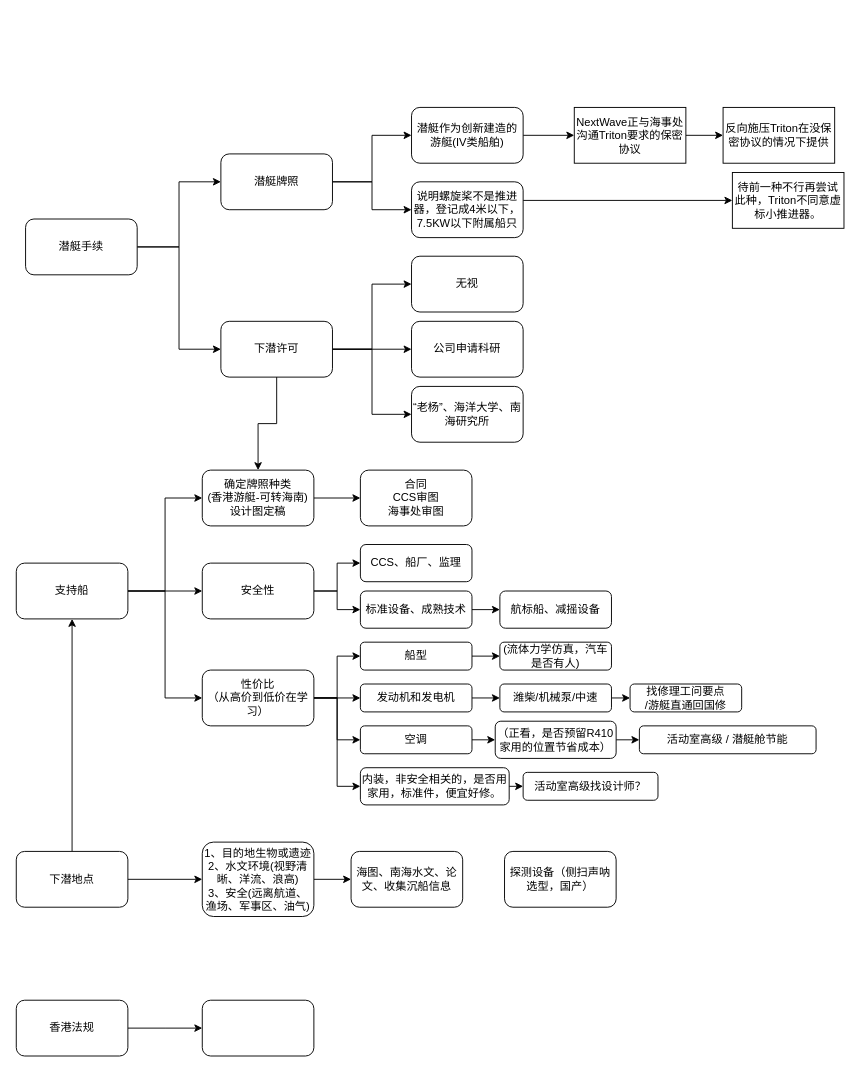
Before: Sub2.drawio in hyperxz/drew2, a draw.io diagram. Source tidied: cells renumbered, new cells numbered last; positions are measured from the earlier drawing's top-left corner, leaving out a move shared by most shapes. Both pictures are drawn from the tidied source at 93%, with x=0, y=0 at pixel (16, 107).
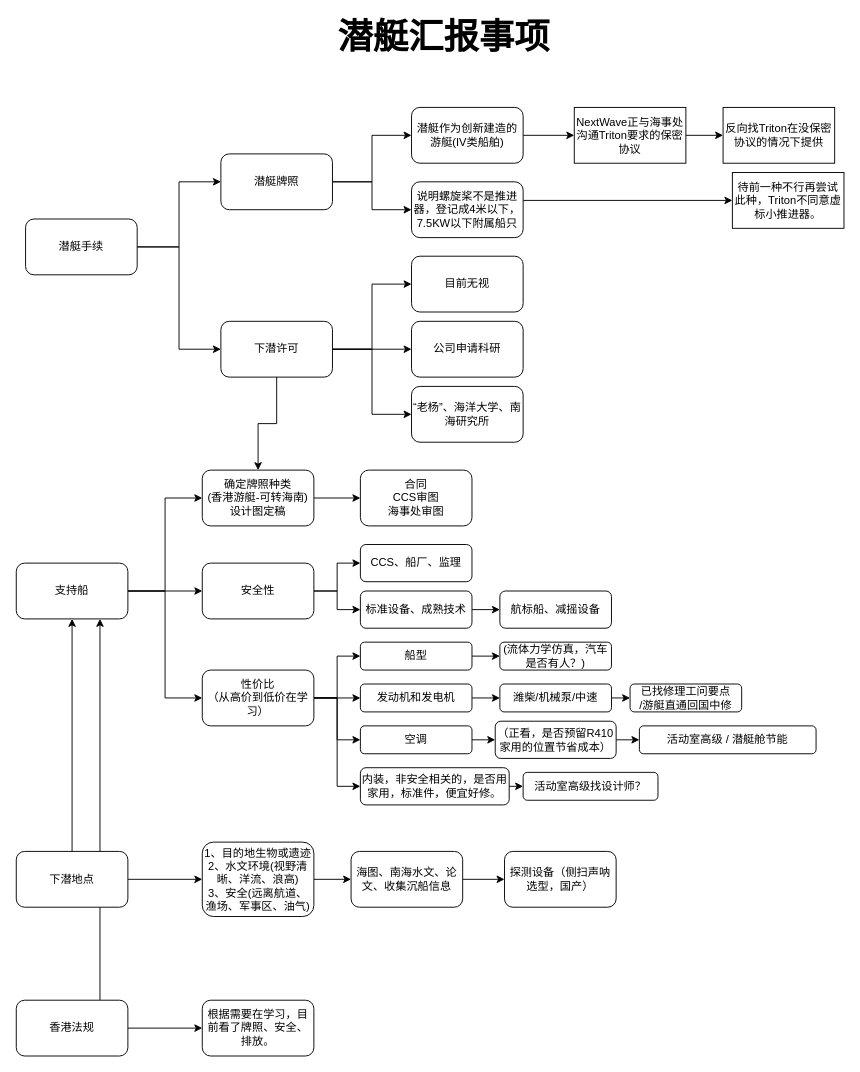
The same page after the edit.

Unchanged cells that the change refers to:
```xml
<mxCell id="21" value="支持船" style="rounded=1;whiteSpace=wrap;html=1;" parent="1" vertex="1">
  <mxGeometry y="490" width="120" height="60" as="geometry" />
</mxCell>
<mxCell id="42" value="香港法规" style="rounded=1;whiteSpace=wrap;html=1;" parent="1" vertex="1">
  <mxGeometry y="960" width="120" height="60" as="geometry" />
</mxCell>
<mxCell id="65" value="海图、南海水文、论文、收集沉船信息" style="rounded=1;whiteSpace=wrap;html=1;" parent="1" vertex="1">
  <mxGeometry x="360" y="800" width="120" height="60" as="geometry" />
</mxCell>
<mxCell id="67" value="探测设备（侧扫声呐选型，国产）" style="rounded=1;whiteSpace=wrap;html=1;" parent="1" vertex="1">
  <mxGeometry x="525" y="800" width="120" height="60" as="geometry" />
</mxCell>
```

Diff of the diagram source:
```diff
@@
+    <mxCell id="69" style="edgeStyle=orthogonalEdgeStyle;rounded=0;jettySize=auto;html=1;exitX=0.75;exitY=0;exitDx=0;exitDy=0;entryX=0.75;entryY=1;entryDx=0;entryDy=0;" parent="1" edge="1" source="42" target="21">
+      <mxGeometry relative="1" as="geometry" />
+    </mxCell>
@@
-    <mxCell id="43" style="rounded=1;whiteSpace=wrap;html=1;" parent="1" vertex="1">
+    <mxCell id="43" value="根据需要在学习，目前看了牌照、安全、排放。" style="rounded=1;whiteSpace=wrap;html=1;" parent="1" vertex="1">
       <mxGeometry x="200" y="960" width="120" height="60" as="geometry" />
     </mxCell>
-    <mxCell id="44" value="无视&lt;br&gt;" style="rounded=1;whiteSpace=wrap;html=1;" parent="1" vertex="1">
+    <mxCell id="44" value="目前无视" style="rounded=1;whiteSpace=wrap;html=1;" parent="1" vertex="1">
       <mxGeometry x="425" y="160" width="120" height="60" as="geometry" />
     </mxCell>
@@
-    <mxCell id="57" value="(流体力学仿真，汽车是否有人)" style="rounded=1;whiteSpace=wrap;html=1;" parent="1" vertex="1">
+    <mxCell id="57" value="(流体力学仿真，汽车是否有人？)" style="rounded=1;whiteSpace=wrap;html=1;" parent="1" vertex="1">
       <mxGeometry x="520" y="575" width="120" height="30" as="geometry" />
     </mxCell>
@@
+    <mxCell id="70" style="edgeStyle=orthogonalEdgeStyle;rounded=0;jettySize=auto;html=1;exitX=1;exitY=0.5;exitDx=0;exitDy=0;" parent="1" edge="1" source="65" target="67">
+      <mxGeometry relative="1" as="geometry" />
+    </mxCell>
@@
-    <mxCell id="66" value="找修理工问要点&lt;br&gt;/游艇直通回国修" style="rounded=1;whiteSpace=wrap;html=1;" parent="1" vertex="1">
+    <mxCell id="66" value="已找修理工问要点&lt;br&gt;/游艇直通回国中修" style="rounded=1;whiteSpace=wrap;html=1;" parent="1" vertex="1">
       <mxGeometry x="660" y="620" width="120" height="30" as="geometry" />
     </mxCell>
@@
-    <mxCell id="68" value="反向施压Triton在没保密协议的情况下提供" style="rounded=0;whiteSpace=wrap;html=1;" parent="1" vertex="1">
+    <mxCell id="68" value="反向找Triton在没保密协议的情况下提供" style="rounded=0;whiteSpace=wrap;html=1;" parent="1" vertex="1">
       <mxGeometry x="760" width="120" height="60" as="geometry" />
     </mxCell>
+    <mxCell id="71" value="潜艇汇报事项" style="text;html=1;strokeColor=none;fillColor=none;align=center;verticalAlign=middle;whiteSpace=wrap;rounded=0;fontSize=38;fontStyle=1;" parent="1" vertex="1">
+      <mxGeometry x="330" y="-90" width="260" height="30" as="geometry" />
+    </mxCell>
```
